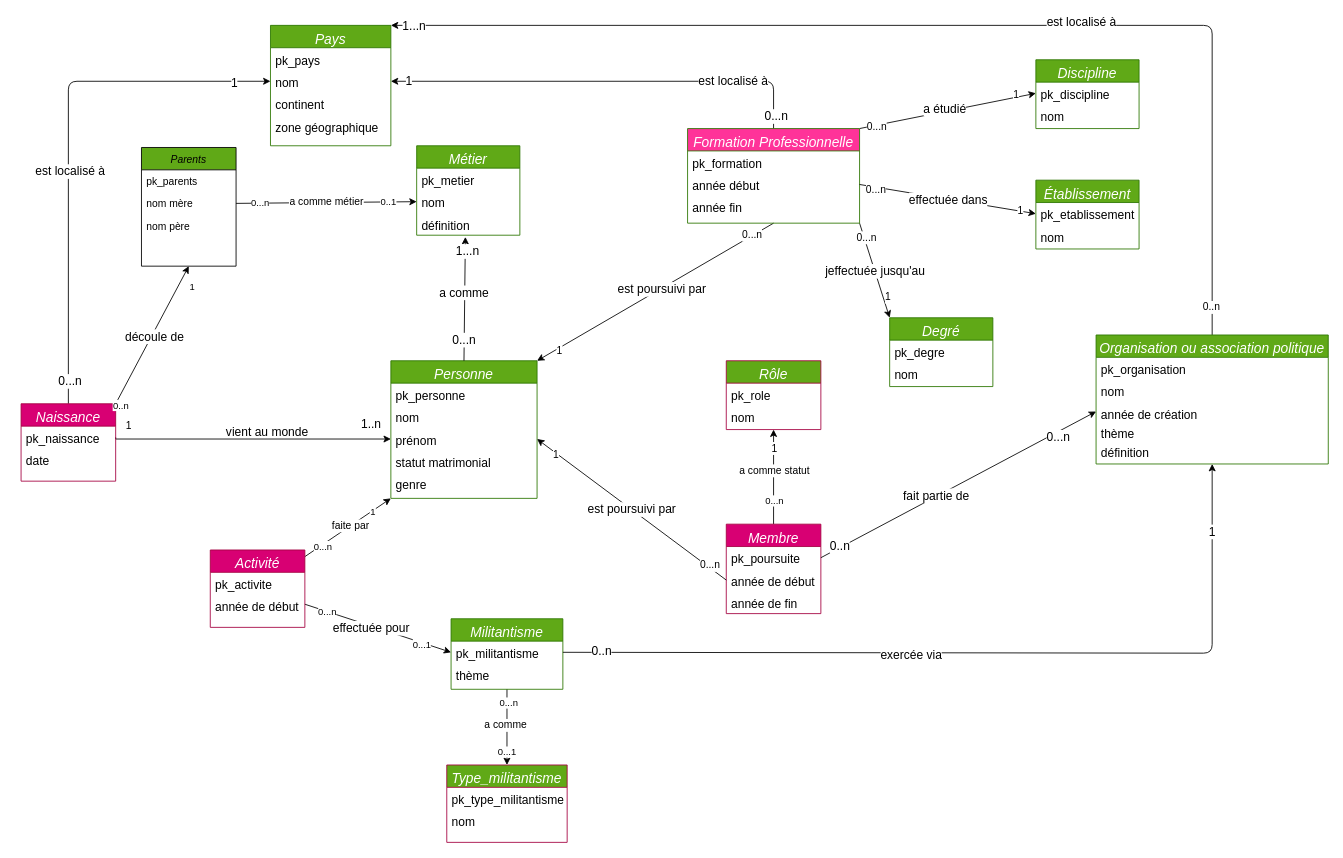
This is page "Page-1" (1 of 2) of Essai_modele.drawio from AliaBrah/militants_droit_femmes, a draw.io file, before an edit. Source tidied: cells renumbered, new cells numbered last; positions are measured from the earlier drawing's top-left corner, leaving out a move shared by most shapes. Both pictures are drawn from the tidied source at 86%, with x=0, y=0 at pixel (21, 25).
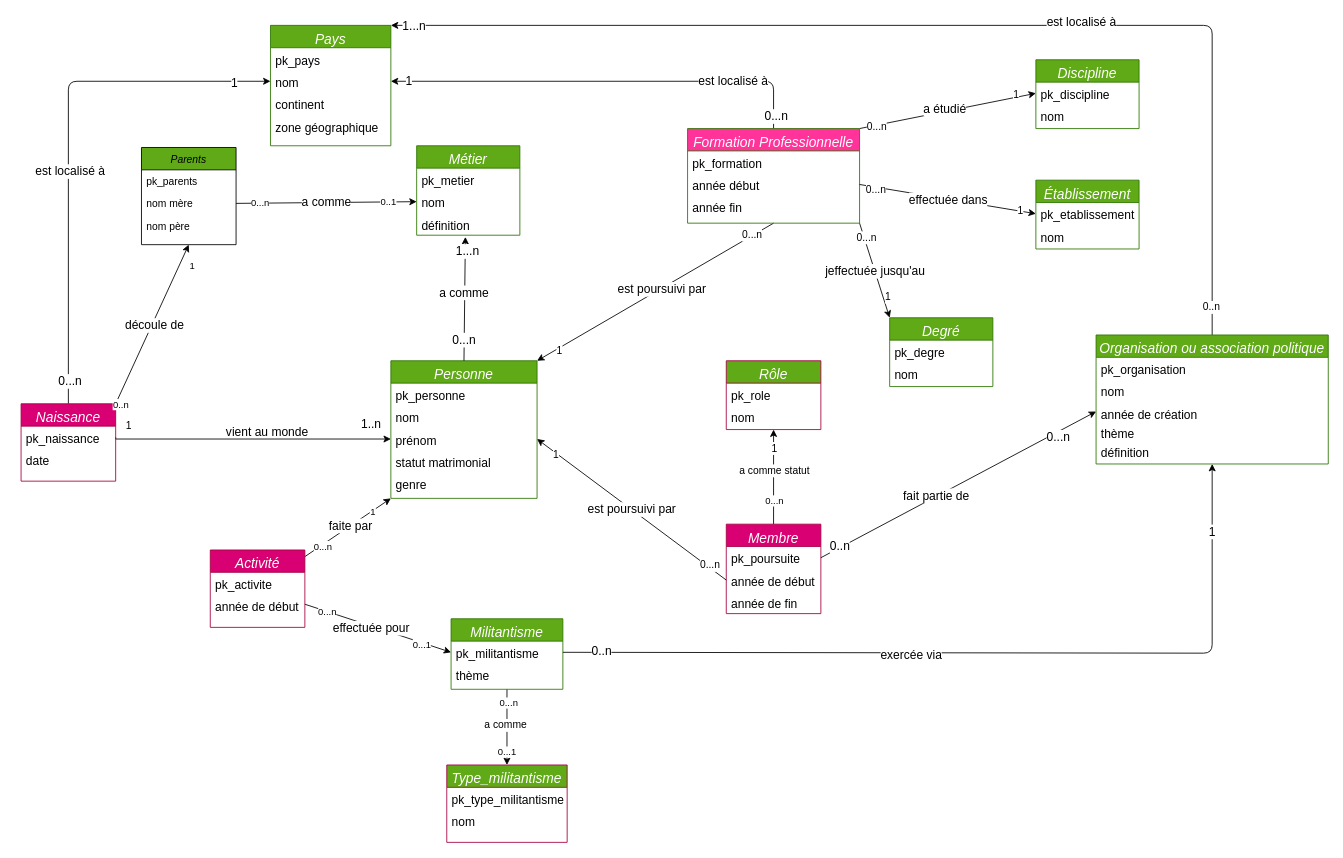
The same page after the edit.

Unchanged cells that the change refers to:
```xml
<mxCell id="99" style="edgeStyle=none;html=1;exitX=1;exitY=0.5;exitDx=0;exitDy=0;entryX=0;entryY=0.5;entryDx=0;entryDy=0;" parent="1" edge="1" source="96" target="70">
  <mxGeometry relative="1" as="geometry" />
</mxCell>
<mxCell id="103" style="edgeStyle=none;html=1;entryX=0;entryY=1;entryDx=0;entryDy=0;" parent="1" edge="1" source="111" target="6">
  <mxGeometry relative="1" as="geometry" />
</mxCell>
```

Change to the diagram source:
```diff
@@
     <mxCell id="94" value="Parents" style="swimlane;fontStyle=2;align=center;verticalAlign=top;horizontal=1;startSize=26;rounded=0;shadow=0;strokeWidth=1;fillColor=#60A917;" parent="1" vertex="1">
-      <mxGeometry x="140" y="142" width="110" height="138" as="geometry" />
+      <mxGeometry x="140" y="142" width="110" height="113" as="geometry" />
     </mxCell>
@@
-    <mxCell id="102" value="&lt;font style=&quot;font-size: 12px;&quot;&gt;a comme métier&lt;/font&gt;" style="edgeLabel;html=1;align=center;verticalAlign=middle;" parent="99" vertex="1">
+    <mxCell id="102" value="&lt;font style=&quot;font-size: 14px;&quot;&gt;a comme&lt;/font&gt;" style="edgeLabel;html=1;align=center;verticalAlign=middle;" parent="99" vertex="1">
       <mxGeometry y="2" relative="1" as="geometry" />
     </mxCell>
@@
-    <mxCell id="106" value="&lt;font style=&quot;font-size: 12px;&quot;&gt;faite par&lt;/font&gt;" style="edgeLabel;html=1;align=center;verticalAlign=middle;" parent="103" vertex="1">
+    <mxCell id="106" value="&lt;font style=&quot;font-size: 14px;&quot;&gt;faite par&lt;/font&gt;" style="edgeLabel;html=1;align=center;verticalAlign=middle;" parent="103" vertex="1">
       <mxGeometry x="0.06" relative="1" as="geometry" />
     </mxCell>
```
